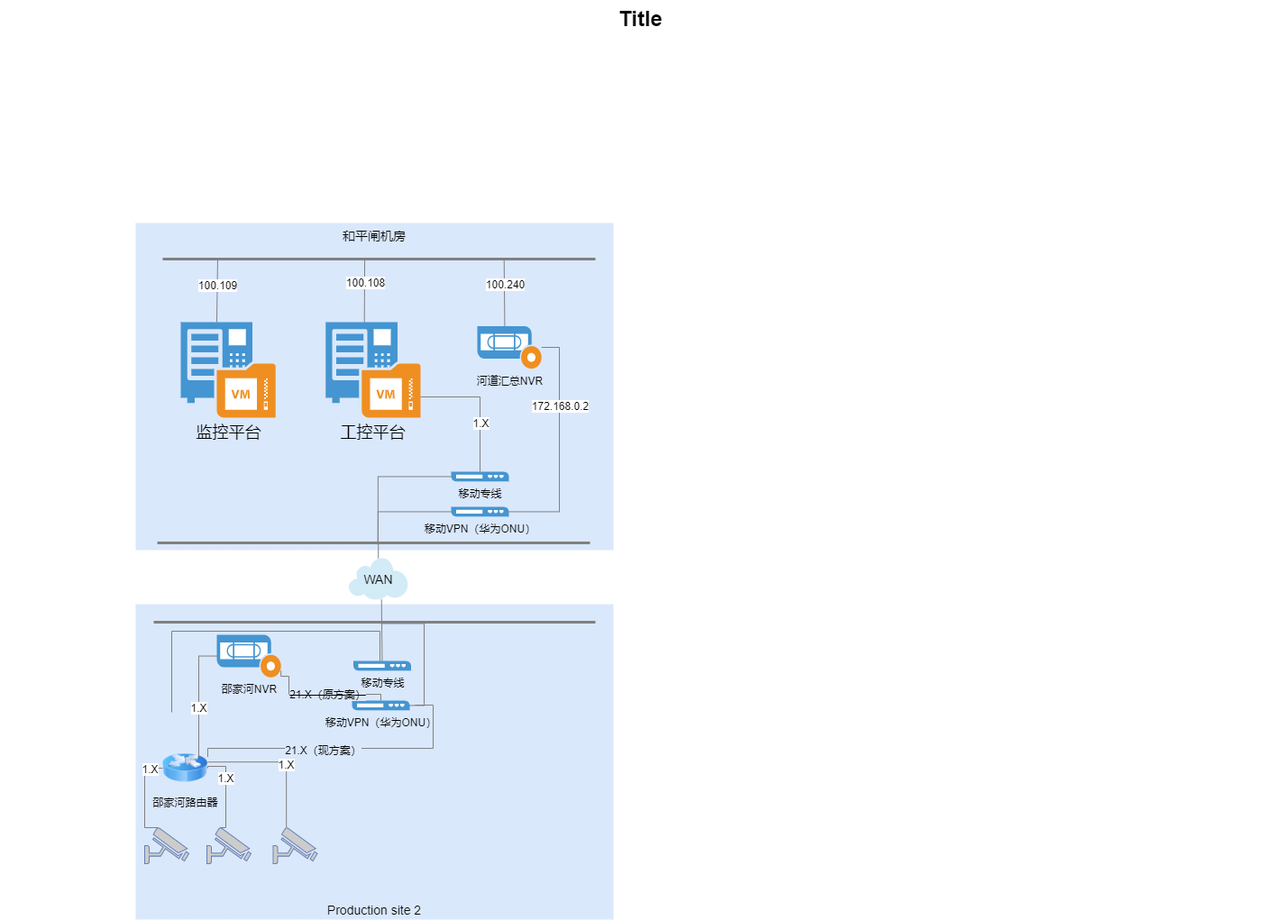
The draw.io diagram 和平闸.png in Vincentdu-cn/ha_modified_components, before a commit. Source tidied: cells renumbered, new cells last; positions are measured from the earlier drawing's top-left corner, leaving out a move shared by most shapes.
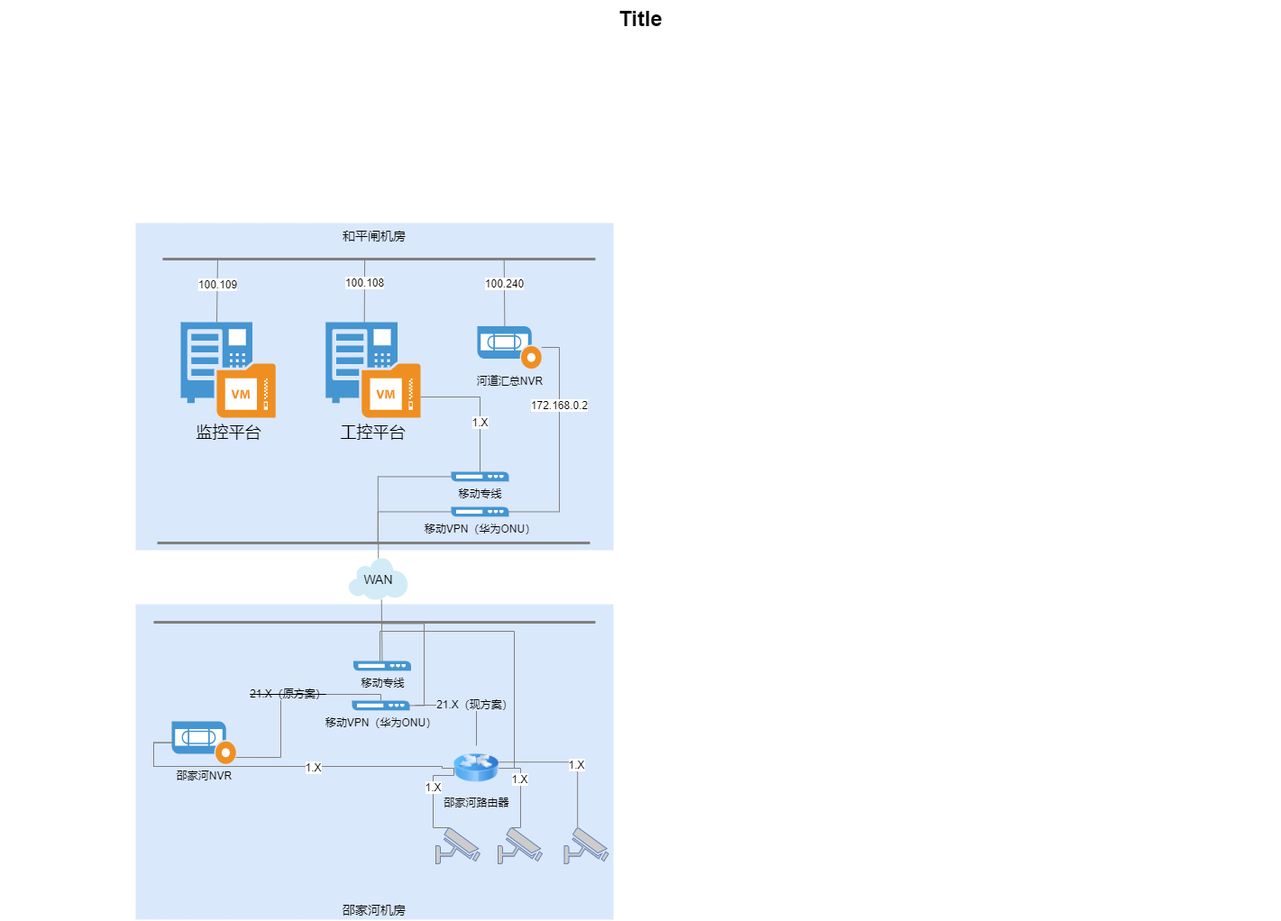
Later version of the same file.

Diff of the diagram source:
```diff
@@ -2,7 +2,7 @@
   <root>
     <mxCell id="0" style="html=1;" />
     <mxCell id="1" style="html=1;" parent="0" />
-    <mxCell id="2" value="Production site 2" style="whiteSpace=wrap;html=1;fillColor=#dae8fc;fontSize=14;strokeColor=none;verticalAlign=bottom;" parent="1" vertex="1">
+    <mxCell id="2" value="邵家河机房" style="whiteSpace=wrap;html=1;fillColor=#dae8fc;fontSize=14;strokeColor=none;verticalAlign=bottom;" parent="1" vertex="1">
       <mxGeometry x="150" y="670" width="530" height="350" as="geometry" />
     </mxCell>
     <mxCell id="3" value="和平闸机房" style="whiteSpace=wrap;html=1;fillColor=#dae8fc;fontSize=14;strokeColor=none;verticalAlign=top;" parent="1" vertex="1">
@@ -118,34 +118,34 @@
       </mxGeometry>
     </mxCell>
     <mxCell id="31" value="邵家河NVR" style="shadow=0;dashed=0;html=1;strokeColor=none;fillColor=#4495D1;labelPosition=center;verticalLabelPosition=bottom;verticalAlign=top;align=center;outlineConnect=0;shape=mxgraph.veeam.2d.tape_recording;" parent="1" vertex="1">
-      <mxGeometry x="240" y="704" width="71.2" height="47.2" as="geometry" />
+      <mxGeometry x="190" y="800" width="71.2" height="47.2" as="geometry" />
     </mxCell>
     <mxCell id="32" style="fontColor=#0066CC;verticalAlign=top;verticalLabelPosition=bottom;labelPosition=center;align=center;html=1;outlineConnect=0;fillColor=#CCCCCC;strokeColor=#6881B3;gradientColor=none;gradientDirection=north;strokeWidth=2;shape=mxgraph.networks.security_camera;" parent="1" vertex="1">
-      <mxGeometry x="160" y="918" width="49" height="40" as="geometry" />
+      <mxGeometry x="483" y="918" width="49" height="40" as="geometry" />
     </mxCell>
     <mxCell id="33" style="fontColor=#0066CC;verticalAlign=top;verticalLabelPosition=bottom;labelPosition=center;align=center;html=1;outlineConnect=0;fillColor=#CCCCCC;strokeColor=#6881B3;gradientColor=none;gradientDirection=north;strokeWidth=2;shape=mxgraph.networks.security_camera;" parent="1" vertex="1">
-      <mxGeometry x="229" y="918" width="49" height="40" as="geometry" />
+      <mxGeometry x="552" y="918" width="49" height="40" as="geometry" />
     </mxCell>
     <mxCell id="34" style="fontColor=#0066CC;verticalAlign=top;verticalLabelPosition=bottom;labelPosition=center;align=center;html=1;outlineConnect=0;fillColor=#CCCCCC;strokeColor=#6881B3;gradientColor=none;gradientDirection=north;strokeWidth=2;shape=mxgraph.networks.security_camera;" parent="1" vertex="1">
-      <mxGeometry x="302.5" y="918" width="49" height="40" as="geometry" />
+      <mxGeometry x="625.5" y="918" width="49" height="40" as="geometry" />
     </mxCell>
     <mxCell id="35" style="rounded=0;html=1;startSize=10;endSize=10;jettySize=auto;fontSize=14;endArrow=none;endFill=0;strokeColor=#808080;entryX=0.3;entryY=0;entryDx=0;entryDy=0;entryPerimeter=0;edgeStyle=orthogonalEdgeStyle;exitX=0;exitY=0.5;exitDx=0;exitDy=0;" parent="1" edge="1" source="42" target="32">
       <mxGeometry relative="1" as="geometry">
         <Array as="points">
-          <mxPoint x="160" y="852" />
-          <mxPoint x="160" y="918" />
+          <mxPoint x="503" y="860" />
+          <mxPoint x="480" y="860" />
+          <mxPoint x="480" y="918" />
         </Array>
       </mxGeometry>
     </mxCell>
-    <mxCell id="36" value="1.X" style="edgeLabel;html=1;align=center;verticalAlign=middle;" parent="35" vertex="1">
-      <mxGeometry x="-0.72" relative="1" as="geometry" />
-    </mxCell>
+    <mxCell id="49" value="1.X" style="edgeLabel;html=1;align=center;verticalAlign=middle;" parent="35" vertex="1">
+      <mxGeometry x="-0.19" relative="1" as="geometry" />
+    </mxCell>
     <mxCell id="37" style="rounded=0;html=1;startSize=10;endSize=10;jettySize=auto;fontSize=14;endArrow=none;endFill=0;strokeColor=#808080;entryX=0.3;entryY=0;entryDx=0;entryDy=0;entryPerimeter=0;edgeStyle=orthogonalEdgeStyle;exitX=1;exitY=0.5;exitDx=0;exitDy=0;" parent="1" edge="1" source="42" target="33">
       <mxGeometry relative="1" as="geometry">
         <Array as="points">
-          <mxPoint x="230" y="850" />
-          <mxPoint x="250" y="850" />
-          <mxPoint x="250" y="918" />
+          <mxPoint x="577" y="852" />
+          <mxPoint x="577" y="918" />
         </Array>
       </mxGeometry>
     </mxCell>
@@ -155,27 +155,34 @@
     <mxCell id="39" style="rounded=0;html=1;startSize=10;endSize=10;jettySize=auto;fontSize=14;endArrow=none;endFill=0;strokeColor=#808080;entryX=0.3;entryY=0;entryDx=0;entryDy=0;entryPerimeter=0;edgeStyle=orthogonalEdgeStyle;exitX=1.002;exitY=0.364;exitDx=0;exitDy=0;exitPerimeter=0;" parent="1" edge="1" source="42" target="34">
       <mxGeometry relative="1" as="geometry">
         <Array as="points">
-          <mxPoint x="317" y="845" />
+          <mxPoint x="640" y="845" />
         </Array>
       </mxGeometry>
     </mxCell>
     <mxCell id="40" value="1.X" style="edgeLabel;html=1;align=center;verticalAlign=middle;" parent="39" vertex="1">
       <mxGeometry x="0.08" y="-2" relative="1" as="geometry" />
     </mxCell>
-    <mxCell id="41" style="rounded=0;html=1;startSize=10;endSize=10;jettySize=auto;fontSize=14;endArrow=none;endFill=0;strokeColor=#808080;edgeStyle=orthogonalEdgeStyle;" parent="1" edge="1" source="26">
+    <mxCell id="41" style="rounded=0;html=1;startSize=10;endSize=10;jettySize=auto;fontSize=14;endArrow=none;endFill=0;strokeColor=#808080;edgeStyle=orthogonalEdgeStyle;" parent="1" edge="1" source="26" target="42">
       <mxGeometry relative="1" as="geometry">
-        <mxPoint x="190" y="790" as="targetPoint" />
         <Array as="points">
           <mxPoint x="421" y="700" />
-          <mxPoint x="190" y="700" />
+          <mxPoint x="570" y="700" />
+          <mxPoint x="570" y="852" />
         </Array>
       </mxGeometry>
     </mxCell>
     <mxCell id="42" value="&lt;span style=&quot;background-color: rgb(218 , 232 , 252)&quot;&gt;邵家河路由器&lt;/span&gt;" style="image;html=1;image=img/lib/clip_art/networking/Router_Icon_128x128.png;" parent="1" vertex="1">
-      <mxGeometry x="180" y="827" width="50" height="50" as="geometry" />
+      <mxGeometry x="503" y="827" width="50" height="50" as="geometry" />
     </mxCell>
-    <mxCell id="43" style="rounded=0;html=1;startSize=10;endSize=10;jettySize=auto;fontSize=14;endArrow=none;endFill=0;strokeColor=#808080;edgeStyle=orthogonalEdgeStyle;entryX=0.8;entryY=0.26;entryDx=0;entryDy=0;entryPerimeter=0;" parent="1" edge="1" source="31" target="42">
-      <mxGeometry relative="1" as="geometry" />
+    <mxCell id="43" style="rounded=0;html=1;startSize=10;endSize=10;jettySize=auto;fontSize=14;endArrow=none;endFill=0;strokeColor=#808080;edgeStyle=orthogonalEdgeStyle;entryX=0;entryY=0.5;entryDx=0;entryDy=0;" parent="1" edge="1" source="31" target="42">
+      <mxGeometry relative="1" as="geometry">
+        <Array as="points">
+          <mxPoint x="170" y="824" />
+          <mxPoint x="170" y="850" />
+          <mxPoint x="490" y="850" />
+          <mxPoint x="490" y="852" />
+        </Array>
+      </mxGeometry>
     </mxCell>
     <mxCell id="44" value="1.X" style="edgeLabel;html=1;align=center;verticalAlign=middle;" parent="43" vertex="1">
       <mxGeometry x="0.17" y="-1" relative="1" as="geometry" />
@@ -183,9 +190,8 @@
     <mxCell id="45" style="rounded=0;html=1;startSize=10;endSize=10;jettySize=auto;fontSize=14;endArrow=none;endFill=0;strokeColor=#808080;edgeStyle=orthogonalEdgeStyle;exitX=1;exitY=0.847;exitDx=0;exitDy=0;exitPerimeter=0;" parent="1" edge="1" source="31" target="25">
       <mxGeometry relative="1" as="geometry">
         <Array as="points">
-          <mxPoint x="311" y="750" />
-          <mxPoint x="320" y="750" />
-          <mxPoint x="320" y="770" />
+          <mxPoint x="311" y="840" />
+          <mxPoint x="311" y="770" />
           <mxPoint x="422" y="770" />
         </Array>
       </mxGeometry>
@@ -193,18 +199,29 @@
     <mxCell id="46" value="&lt;strike&gt;21.X（原方案）&lt;/strike&gt;" style="edgeLabel;html=1;align=center;verticalAlign=middle;labelBackgroundColor=#DAE8FC;" parent="45" vertex="1">
       <mxGeometry x="0.07" y="1" relative="1" as="geometry" />
     </mxCell>
-    <mxCell id="47" style="rounded=0;html=1;startSize=10;endSize=10;jettySize=auto;fontSize=14;endArrow=none;endFill=0;strokeColor=#808080;exitX=1;exitY=0.25;exitDx=0;exitDy=0;edgeStyle=orthogonalEdgeStyle;" parent="1" edge="1" source="42">
+    <mxCell id="47" style="rounded=0;html=1;startSize=10;endSize=10;jettySize=auto;fontSize=14;endArrow=none;endFill=0;strokeColor=#808080;exitX=0.5;exitY=0;exitDx=0;exitDy=0;edgeStyle=orthogonalEdgeStyle;" parent="1" edge="1" source="42">
       <mxGeometry relative="1" as="geometry">
         <mxPoint x="460" y="782" as="targetPoint" />
         <Array as="points">
-          <mxPoint x="230" y="830" />
-          <mxPoint x="480" y="830" />
-          <mxPoint x="480" y="782" />
+          <mxPoint x="528" y="782" />
         </Array>
       </mxGeometry>
     </mxCell>
     <mxCell id="48" value="&lt;span style=&quot;background-color: rgb(218 , 232 , 252)&quot;&gt;21.X（现方案）&lt;/span&gt;" style="edgeLabel;html=1;align=center;verticalAlign=middle;" parent="47" vertex="1">
       <mxGeometry x="-0.16" y="-1" relative="1" as="geometry" />
     </mxCell>
+    <mxCell id="50" style="rounded=0;html=1;startSize=10;endSize=10;jettySize=auto;fontSize=14;endArrow=none;endFill=0;strokeColor=#808080;edgeStyle=orthogonalEdgeStyle;entryX=0;entryY=0.5;entryDx=0;entryDy=0;" parent="1" edge="1" source="31" target="42">
+      <mxGeometry relative="1" as="geometry">
+        <Array as="points">
+          <mxPoint x="170" y="824" />
+          <mxPoint x="170" y="850" />
+          <mxPoint x="490" y="850" />
+          <mxPoint x="490" y="852" />
+        </Array>
+      </mxGeometry>
+    </mxCell>
+    <mxCell id="51" value="1.X" style="edgeLabel;html=1;align=center;verticalAlign=middle;" parent="50" vertex="1">
+      <mxGeometry x="0.17" y="-1" relative="1" as="geometry" />
+    </mxCell>
   </root>
 </mxGraphModel>
```
